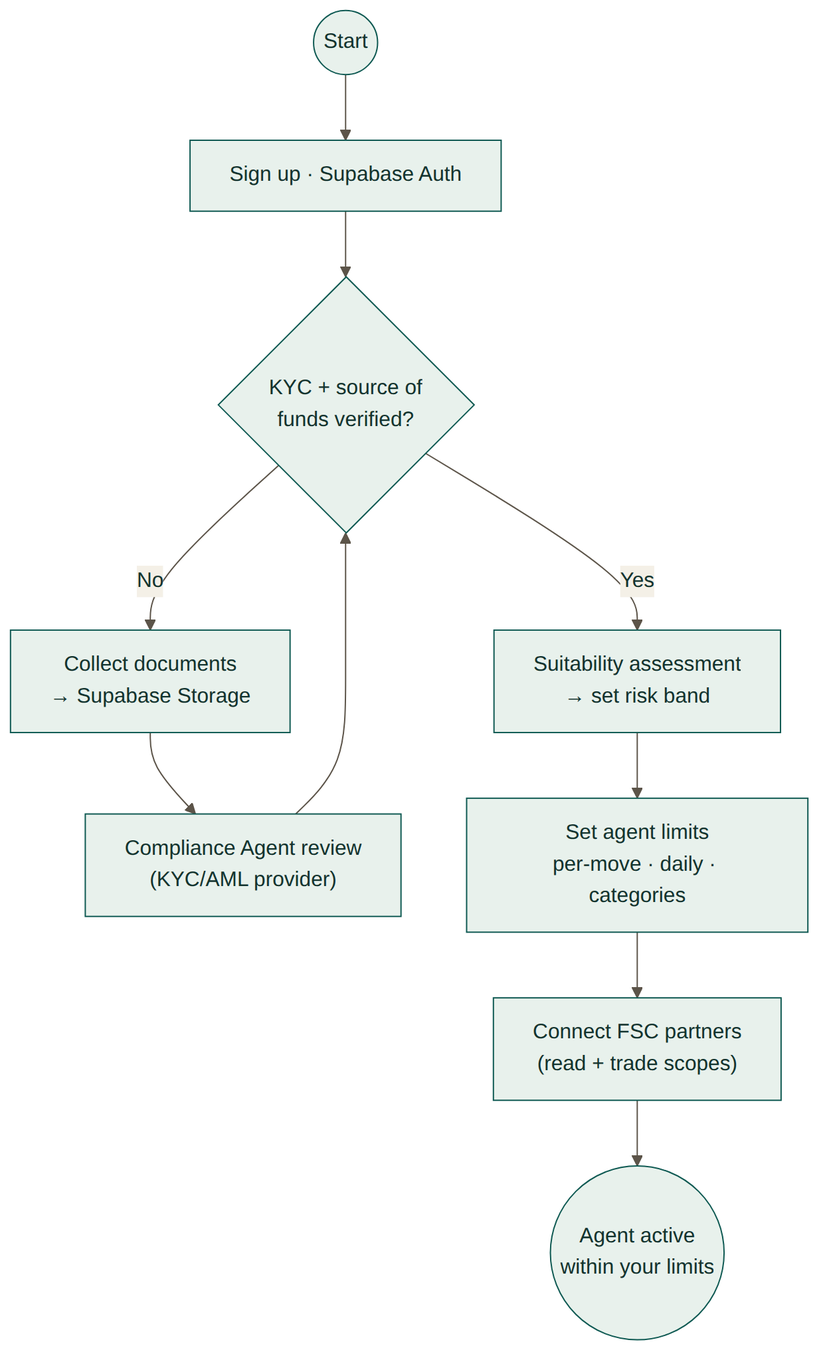
Tenoywil/agentic-investment-app keeps this Mermaid diagram as design/agents/exports/06-onboarding-kyc.png. Above is the earlier version. Its source is kept beside it as design/agents/06-onboarding-kyc.mmd. The source it was exported from:
```mermaid
flowchart TD
    S(("Start")) --> SIGN["Sign up · Supabase Auth"]
    SIGN --> KYC{"KYC + source of<br/>funds verified?"}
    KYC -- No --> COLL["Collect documents<br/>→ Supabase Storage"]
    COLL --> REV["Compliance Agent review<br/>(KYC/AML provider)"]
    REV --> KYC
    KYC -- Yes --> SUIT["Suitability assessment<br/>→ set risk band"]
    SUIT --> LIM["Set agent limits<br/>per-move · daily · categories"]
    LIM --> CONNECT["Connect FSC partners<br/>(read + trade scopes)"]
    CONNECT --> ACTIVE(("Agent active<br/>within your limits"))
```
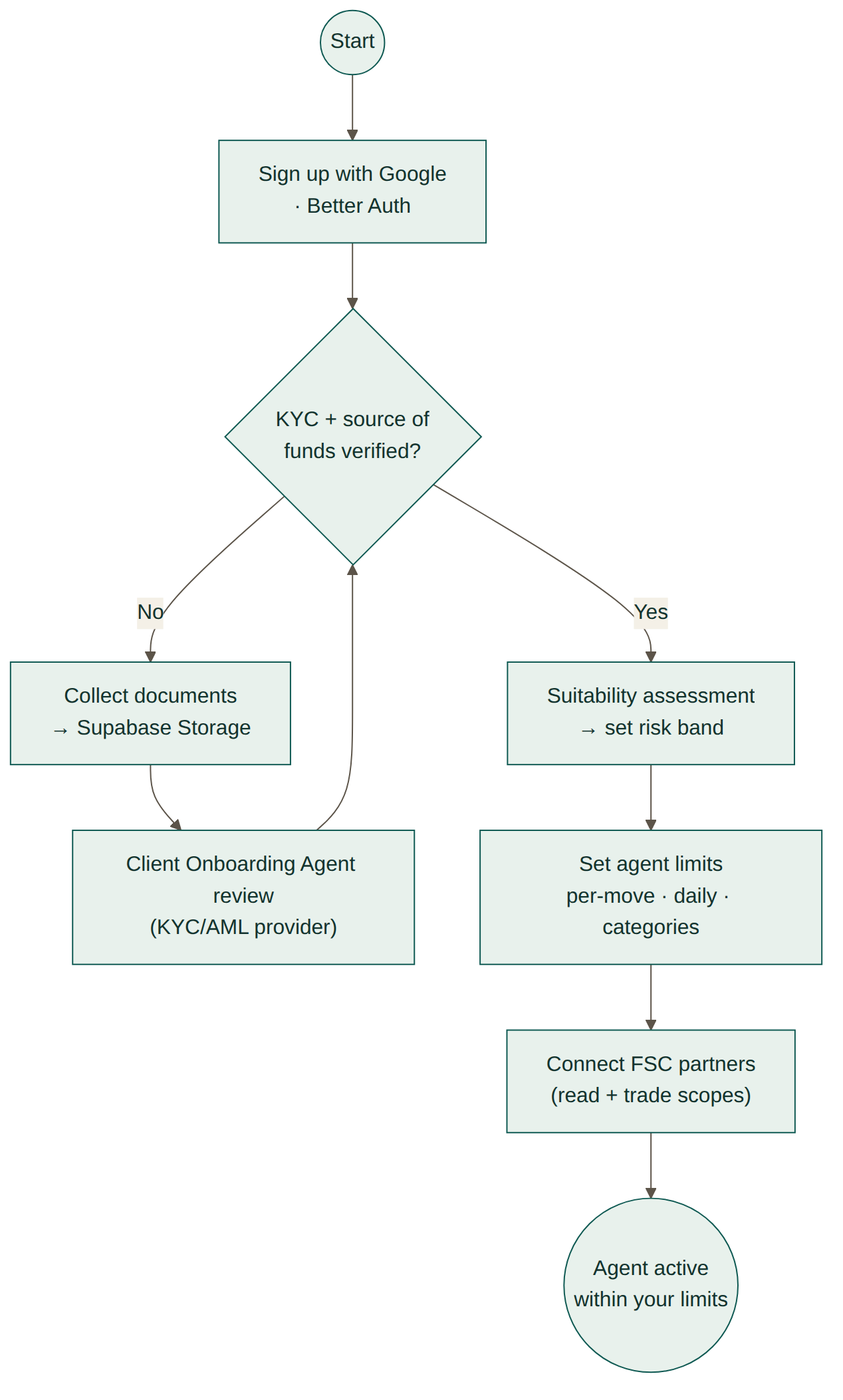
Above is the later version.

Diff of the diagram source:
```diff
@@ -1,8 +1,8 @@
 flowchart TD
-    S(("Start")) --> SIGN["Sign up · Supabase Auth"]
+    S(("Start")) --> SIGN["Sign up with Google<br/>· Better Auth"]
     SIGN --> KYC{"KYC + source of<br/>funds verified?"}
     KYC -- No --> COLL["Collect documents<br/>→ Supabase Storage"]
-    COLL --> REV["Compliance Agent review<br/>(KYC/AML provider)"]
+    COLL --> REV["Client Onboarding Agent review<br/>(KYC/AML provider)"]
     REV --> KYC
     KYC -- Yes --> SUIT["Suitability assessment<br/>→ set risk band"]
     SUIT --> LIM["Set agent limits<br/>per-move · daily · categories"]
```
